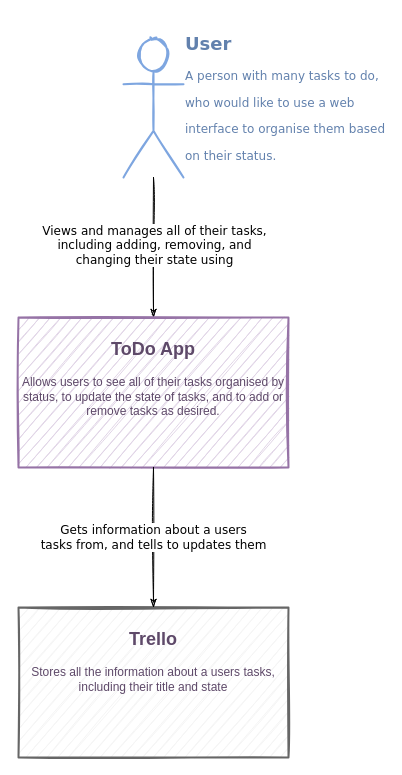
The draw.io diagram page "Context Diagram" (1 of 3) of documentation/Todo App C4 Diagrams.drawio in beccar97/Dev-Ops-Project, before the edit. Source tidied: cells renumbered, new cells numbered last; positions are measured from the earlier drawing's top-left corner, leaving out a move shared by most shapes. Both pictures are drawn from the tidied source at 100%, with x=0, y=0 at pixel (18, 37).
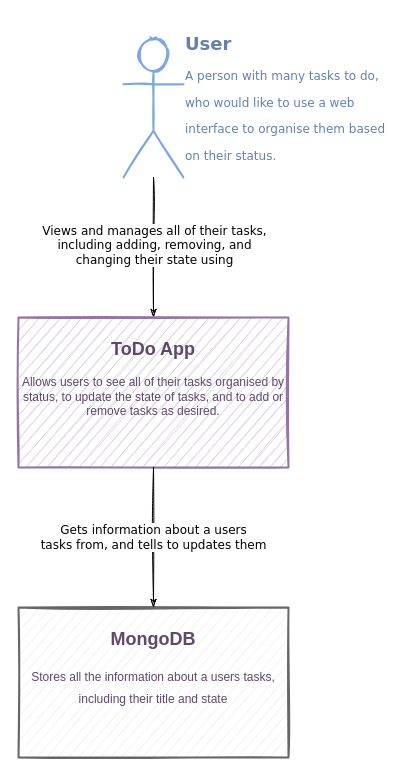
The same page after the edit.

The edit, as a diff of the source:
```diff
@@
 <mxGraphModel>
   <root>
     <mxCell id="0" />
     <mxCell id="1" parent="0" />
     <mxCell id="2" style="edgeStyle=orthogonalEdgeStyle;rounded=0;sketch=1;jettySize=auto;html=1;shadow=0;startArrow=none;startFill=0;fontFamily=Verdana;fontSize=12;fontColor=#6281AD;endArrow=classicThin;endFill=1;" parent="1" edge="1" source="4" target="5">
       <mxGeometry relative="1" as="geometry" />
     </mxCell>
     <mxCell id="3" value="&lt;div&gt;Views and manages all of their tasks,&lt;/div&gt;&lt;div&gt;including adding, removing, and &lt;br&gt;&lt;/div&gt;&lt;div&gt;changing their state using&lt;br&gt;&lt;/div&gt;" style="edgeLabel;html=1;align=center;verticalAlign=middle;fontSize=12;fontFamily=Verdana;" parent="2" vertex="1">
       <mxGeometry x="-0.28" relative="1" as="geometry">
         <mxPoint y="17.7" as="offset" />
       </mxGeometry>
     </mxCell>
     <mxCell id="4" value="&lt;h2&gt;User&lt;br style=&quot;font-size: 12px&quot;&gt;&lt;/h2&gt;&lt;p style=&quot;font-size: 12px&quot;&gt;A person with many tasks to do, &lt;br&gt;&lt;/p&gt;&lt;p style=&quot;font-size: 12px&quot;&gt;who would like to use a web&lt;/p&gt;&lt;p style=&quot;font-size: 12px&quot;&gt; interface to organise them based&lt;/p&gt;&lt;p style=&quot;font-size: 12px&quot;&gt; on their status.&lt;br style=&quot;font-size: 12px&quot;&gt;&lt;/p&gt;" style="shape=umlActor;verticalLabelPosition=middle;verticalAlign=bottom;html=1;outlineConnect=0;shadow=0;sketch=1;strokeWidth=2;fillColor=none;fontFamily=Verdana;fontSize=12;fontColor=#6281AD;align=left;labelPosition=right;horizontal=1;strokeColor=#7EA6E0;" parent="1" vertex="1">
       <mxGeometry x="105" width="60" height="140" as="geometry" />
     </mxCell>
     <mxCell id="5" value="&lt;h2&gt;&lt;font color=&quot;#5E4969&quot;&gt;ToDo App&lt;/font&gt;&lt;/h2&gt;&lt;div align=&quot;center&quot;&gt;&lt;font color=&quot;#5E4969&quot;&gt;Allows users to see all of their tasks organised by status, to update the state of tasks, and to add or remove tasks as desired.&lt;br&gt;&lt;/font&gt;&lt;/div&gt;" style="rounded=0;whiteSpace=wrap;html=1;shadow=0;sketch=1;strokeWidth=2;fontFamily=Helvetica;align=center;strokeColor=#9673a6;fillColor=#e1d5e7;labelPosition=center;verticalLabelPosition=middle;verticalAlign=top;" parent="1" vertex="1">
       <mxGeometry y="280" width="270" height="150" as="geometry" />
     </mxCell>
-    <mxCell id="6" value="&lt;h2&gt;&lt;font color=&quot;#5E4969&quot;&gt;Trello&lt;/font&gt;&lt;/h2&gt;&lt;div align=&quot;center&quot;&gt;&lt;font color=&quot;#5E4969&quot;&gt;Stores all the information about a users tasks, including their title and state&lt;br&gt;&lt;/font&gt;&lt;/div&gt;" style="rounded=0;whiteSpace=wrap;html=1;shadow=0;sketch=1;strokeWidth=2;fontFamily=Helvetica;align=center;strokeColor=#666666;fillColor=#f5f5f5;labelPosition=center;verticalLabelPosition=middle;verticalAlign=top;fontColor=#333333;" parent="1" vertex="1">
+    <mxCell id="6" value="&lt;h2&gt;&lt;span style=&quot;color: rgb(94 , 73 , 105)&quot;&gt;MongoDB&lt;/span&gt;&lt;/h2&gt;&lt;h2&gt;&lt;span style=&quot;color: rgb(94 , 73 , 105) ; font-size: 12px ; font-weight: normal&quot;&gt;Stores all the information about a users tasks, including their title and state&lt;/span&gt;&lt;br&gt;&lt;/h2&gt;" style="rounded=0;whiteSpace=wrap;html=1;shadow=0;sketch=1;strokeWidth=2;fontFamily=Helvetica;align=center;strokeColor=#666666;fillColor=#f5f5f5;labelPosition=center;verticalLabelPosition=middle;verticalAlign=top;fontColor=#333333;" parent="1" vertex="1">
       <mxGeometry y="570" width="270" height="150" as="geometry" />
     </mxCell>
     <mxCell id="7" value="&lt;div&gt;Gets information about a users&lt;/div&gt;&lt;div&gt; tasks from, and tells to updates them&lt;/div&gt;" style="edgeStyle=orthogonalEdgeStyle;rounded=0;sketch=1;jettySize=auto;html=1;shadow=0;startArrow=none;startFill=0;fontFamily=Verdana;fontSize=12;endArrow=classicThin;endFill=1;exitX=0.5;exitY=1;exitDx=0;exitDy=0;labelBackgroundColor=#ffffff;" parent="1" edge="1" source="5" target="6">
       <mxGeometry relative="1" as="geometry" />
     </mxCell>
   </root>
 </mxGraphModel>
```
